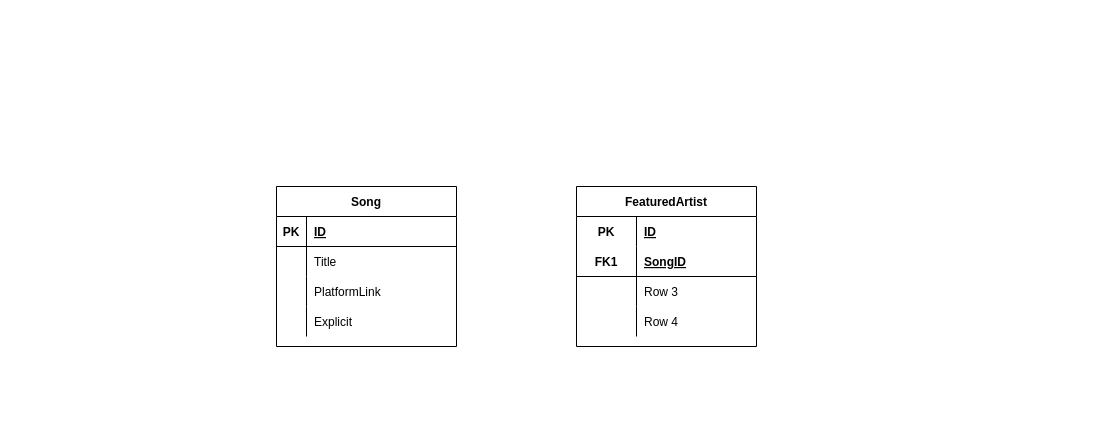
The draw.io diagram docs/drawio/DBRD.drawio in NonSpinning/UnnamedCentralizedMusicApp, before the edit. Source tidied: cells renumbered, new cells numbered last; positions are measured from the earlier drawing's top-left corner, leaving out a move shared by most shapes. Both pictures are drawn from the tidied source at 100%, with x=0, y=0 at pixel (276, 186).
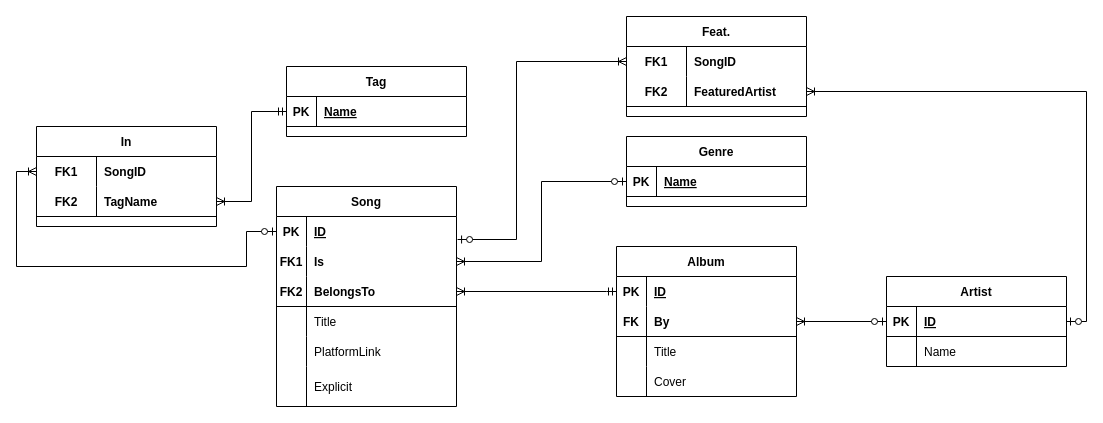
The same page after the edit.

The edit, as a diff of the source:
```diff
@@
+    <mxCell id="28" value="Artist" style="shape=table;startSize=30;childLayout=tableLayout;rowLines=0;fontStyle=1;align=center;" parent="1" vertex="1">
+      <mxGeometry x="610" y="90" width="180" height="90" as="geometry" />
+    </mxCell>
+    <mxCell id="29" style="shape=partialRectangle;fillColor=none;top=0;left=0;bottom=1;right=0;points=[[0,0.5],[1,0.5]];portConstraint=eastwest;" parent="28" vertex="1">
+      <mxGeometry y="30" width="180" height="30" as="geometry" />
+    </mxCell>
+    <mxCell id="30" value="PK" style="shape=partialRectangle;fillColor=none;top=0;left=0;bottom=0;right=0;fontStyle=1;overflow=hidden;" parent="29" vertex="1">
+      <mxGeometry width="30" height="30" as="geometry" />
+    </mxCell>
+    <mxCell id="31" value="ID" style="shape=partialRectangle;fillColor=none;top=0;left=0;bottom=0;right=0;align=left;spacingLeft=6;fontStyle=5;overflow=hidden;" parent="29" vertex="1">
+      <mxGeometry x="30" width="150" height="30" as="geometry" />
+    </mxCell>
+    <mxCell id="32" style="shape=partialRectangle;fillColor=none;top=0;left=0;bottom=0;right=0;" parent="28" vertex="1">
+      <mxGeometry y="60" width="180" height="30" as="geometry" />
+    </mxCell>
+    <mxCell id="33" style="shape=partialRectangle;fillColor=none;top=0;left=0;bottom=0;right=0;overflow=hidden;" parent="32" vertex="1">
+      <mxGeometry width="30" height="30" as="geometry" />
+    </mxCell>
+    <mxCell id="34" value="Name" style="shape=partialRectangle;fillColor=none;top=0;left=0;bottom=0;right=0;align=left;spacingLeft=6;overflow=hidden;" parent="32" vertex="1">
+      <mxGeometry x="30" width="150" height="30" as="geometry" />
+    </mxCell>
+    <mxCell id="35" value="Album" style="shape=table;startSize=30;childLayout=tableLayout;rowLines=0;fontStyle=1;align=center;" parent="1" vertex="1">
+      <mxGeometry x="340" y="60" width="180" height="150" as="geometry" />
+    </mxCell>
+    <mxCell id="36" style="shape=partialRectangle;fillColor=none;top=0;left=0;bottom=0;right=0;points=[[0,0.5],[1,0.5]];portConstraint=eastwest;fontStyle=1;" parent="35" vertex="1">
+      <mxGeometry y="30" width="180" height="30" as="geometry" />
+    </mxCell>
+    <mxCell id="37" value="PK" style="shape=partialRectangle;fillColor=none;top=0;left=0;bottom=0;right=0;fontStyle=1;overflow=hidden;" parent="36" vertex="1">
+      <mxGeometry width="30" height="30" as="geometry" />
+    </mxCell>
+    <mxCell id="38" value="ID" style="shape=partialRectangle;fillColor=none;top=0;left=0;bottom=0;right=0;align=left;spacingLeft=6;fontStyle=5;overflow=hidden;" parent="36" vertex="1">
+      <mxGeometry x="30" width="150" height="30" as="geometry" />
+    </mxCell>
+    <mxCell id="39" style="shape=partialRectangle;fillColor=none;top=0;left=0;bottom=1;right=0;points=[[0,0.5],[1,0.5]];portConstraint=eastwest;" parent="35" vertex="1">
+      <mxGeometry y="60" width="180" height="30" as="geometry" />
+    </mxCell>
+    <mxCell id="40" value="FK" style="shape=partialRectangle;fillColor=none;top=0;left=0;bottom=0;right=0;fontStyle=1;overflow=hidden;" parent="39" vertex="1">
+      <mxGeometry width="30" height="30" as="geometry" />
+    </mxCell>
+    <mxCell id="41" value="By" style="shape=partialRectangle;fillColor=none;top=0;left=0;bottom=0;right=0;align=left;spacingLeft=6;fontStyle=1;overflow=hidden;" parent="39" vertex="1">
+      <mxGeometry x="30" width="150" height="30" as="geometry" />
+    </mxCell>
+    <mxCell id="42" style="shape=partialRectangle;fillColor=none;top=0;left=0;bottom=0;right=0;" parent="35" vertex="1">
+      <mxGeometry y="90" width="180" height="30" as="geometry" />
+    </mxCell>
+    <mxCell id="43" style="shape=partialRectangle;fillColor=none;top=0;left=0;bottom=0;right=0;overflow=hidden;" parent="42" vertex="1">
+      <mxGeometry width="30" height="30" as="geometry" />
+    </mxCell>
+    <mxCell id="44" value="Title" style="shape=partialRectangle;fillColor=none;top=0;left=0;bottom=0;right=0;align=left;spacingLeft=6;overflow=hidden;" parent="42" vertex="1">
+      <mxGeometry x="30" width="150" height="30" as="geometry" />
+    </mxCell>
+    <mxCell id="45" style="shape=partialRectangle;fillColor=none;top=0;left=0;bottom=0;right=0;" parent="35" vertex="1">
+      <mxGeometry y="120" width="180" height="30" as="geometry" />
+    </mxCell>
+    <mxCell id="46" style="shape=partialRectangle;fillColor=none;top=0;left=0;bottom=0;right=0;overflow=hidden;" parent="45" vertex="1">
+      <mxGeometry width="30" height="30" as="geometry" />
+    </mxCell>
+    <mxCell id="47" value="Cover" style="shape=partialRectangle;fillColor=none;top=0;left=0;bottom=0;right=0;align=left;spacingLeft=6;overflow=hidden;" parent="45" vertex="1">
+      <mxGeometry x="30" width="150" height="30" as="geometry" />
+    </mxCell>
+    <mxCell id="48" value="Genre" style="shape=table;startSize=30;childLayout=tableLayout;rowLines=0;fontStyle=1;align=center;" parent="1" vertex="1">
+      <mxGeometry x="350" y="-50" width="180" height="70" as="geometry" />
+    </mxCell>
+    <mxCell id="49" style="shape=partialRectangle;fillColor=none;top=0;left=0;bottom=1;right=0;points=[[0,0.5],[1,0.5]];portConstraint=eastwest;" parent="48" vertex="1">
+      <mxGeometry y="30" width="180" height="30" as="geometry" />
+    </mxCell>
+    <mxCell id="50" value="PK" style="shape=partialRectangle;fillColor=none;top=0;left=0;bottom=0;right=0;fontStyle=1;overflow=hidden;" parent="49" vertex="1">
+      <mxGeometry width="30" height="30" as="geometry" />
+    </mxCell>
+    <mxCell id="51" value="Name" style="shape=partialRectangle;fillColor=none;top=0;left=0;bottom=0;right=0;align=left;spacingLeft=6;fontStyle=5;overflow=hidden;" parent="49" vertex="1">
+      <mxGeometry x="30" width="150" height="30" as="geometry" />
+    </mxCell>
     <mxCell id="2" value="Song" style="shape=table;startSize=30;childLayout=tableLayout;rowLines=0;fontStyle=1;align=center;" parent="1" vertex="1">
-      <mxGeometry width="180" height="160" as="geometry" />
+      <mxGeometry width="180" height="220" as="geometry" />
     </mxCell>
-    <mxCell id="3" style="shape=partialRectangle;fillColor=none;top=0;left=0;bottom=1;right=0;" parent="2" vertex="1">
-      <mxGeometry y="30" width="180" height="30" as="geometry" />
-    </mxCell>
-    <mxCell id="4" value="PK" style="shape=partialRectangle;fillColor=none;top=0;left=0;bottom=0;right=0;fontStyle=1;overflow=hidden;" parent="3" vertex="1">
-      <mxGeometry width="30" height="30" as="geometry" />
-    </mxCell>
-    <mxCell id="5" value="ID" style="shape=partialRectangle;fillColor=none;top=0;left=0;bottom=0;right=0;align=left;spacingLeft=6;fontStyle=5;overflow=hidden;" parent="3" vertex="1">
-      <mxGeometry x="30" width="150" height="30" as="geometry" />
-    </mxCell>
-    <mxCell id="6" style="shape=partialRectangle;fillColor=none;top=0;left=0;bottom=0;right=0;" parent="2" vertex="1">
-      <mxGeometry y="60" width="180" height="30" as="geometry" />
-    </mxCell>
-    <mxCell id="7" style="shape=partialRectangle;fillColor=none;top=0;left=0;bottom=0;right=0;overflow=hidden;" parent="6" vertex="1">
-      <mxGeometry width="30" height="30" as="geometry" />
-    </mxCell>
-    <mxCell id="8" value="Title" style="shape=partialRectangle;fillColor=none;top=0;left=0;bottom=0;right=0;align=left;spacingLeft=6;overflow=hidden;" parent="6" vertex="1">
-      <mxGeometry x="30" width="150" height="30" as="geometry" />
-    </mxCell>
-    <mxCell id="9" style="shape=partialRectangle;fillColor=none;top=0;left=0;bottom=0;right=0;" parent="2" vertex="1">
-      <mxGeometry y="90" width="180" height="30" as="geometry" />
-    </mxCell>
-    <mxCell id="10" style="shape=partialRectangle;fillColor=none;top=0;left=0;bottom=0;right=0;overflow=hidden;" parent="9" vertex="1">
-      <mxGeometry width="30" height="30" as="geometry" />
-    </mxCell>
+    <mxCell id="52" style="shape=partialRectangle;fillColor=none;top=0;left=0;bottom=0;right=0;points=[[0,0.5],[1,0.5]];portConstraint=eastwest;" parent="2" vertex="1">
+      <mxGeometry y="30" width="180" height="30" as="geometry" />
+    </mxCell>
+    <mxCell id="53" value="PK" style="shape=partialRectangle;fillColor=none;top=0;left=0;bottom=0;right=0;fontStyle=1;overflow=hidden;" parent="52" vertex="1">
+      <mxGeometry width="30" height="30" as="geometry" />
+    </mxCell>
+    <mxCell id="54" value="ID" style="shape=partialRectangle;fillColor=none;top=0;left=0;bottom=0;right=0;align=left;spacingLeft=6;fontStyle=5;overflow=hidden;" parent="52" vertex="1">
+      <mxGeometry x="30" width="150" height="30" as="geometry" />
+    </mxCell>
+    <mxCell id="55" style="shape=partialRectangle;fillColor=none;top=0;left=0;bottom=0;right=0;points=[[0,0.5],[1,0.5]];portConstraint=eastwest;" parent="2" vertex="1">
+      <mxGeometry y="60" width="180" height="30" as="geometry" />
+    </mxCell>
+    <mxCell id="56" value="FK1" style="shape=partialRectangle;fillColor=none;top=0;left=0;bottom=0;right=0;fontStyle=1;overflow=hidden;" parent="55" vertex="1">
+      <mxGeometry width="30" height="30" as="geometry" />
+    </mxCell>
+    <mxCell id="57" value="Is" style="shape=partialRectangle;fillColor=none;top=0;left=0;bottom=0;right=0;align=left;spacingLeft=6;fontStyle=1;overflow=hidden;" parent="55" vertex="1">
+      <mxGeometry x="30" width="150" height="30" as="geometry" />
+    </mxCell>
+    <mxCell id="58" style="shape=partialRectangle;fillColor=none;top=0;left=0;bottom=1;right=0;points=[[0,0.5],[1,0.5]];portConstraint=eastwest;" parent="2" vertex="1">
+      <mxGeometry y="90" width="180" height="30" as="geometry" />
+    </mxCell>
+    <mxCell id="59" value="FK2" style="shape=partialRectangle;fillColor=none;top=0;left=0;bottom=0;right=0;fontStyle=1;overflow=hidden;" parent="58" vertex="1">
+      <mxGeometry width="30" height="30" as="geometry" />
+    </mxCell>
+    <mxCell id="60" value="BelongsTo" style="shape=partialRectangle;fillColor=none;top=0;left=0;bottom=0;right=0;align=left;spacingLeft=6;fontStyle=1;overflow=hidden;" parent="58" vertex="1">
+      <mxGeometry x="30" width="150" height="30" as="geometry" />
+    </mxCell>
+    <mxCell id="61" style="shape=partialRectangle;fillColor=none;top=0;left=0;bottom=0;right=0;" parent="2" vertex="1">
+      <mxGeometry y="120" width="180" height="30" as="geometry" />
+    </mxCell>
+    <mxCell id="62" style="shape=partialRectangle;fillColor=none;top=0;left=0;bottom=0;right=0;overflow=hidden;" parent="61" vertex="1">
+      <mxGeometry width="30" height="30" as="geometry" />
+    </mxCell>
+    <mxCell id="63" value="Title" style="shape=partialRectangle;fillColor=none;top=0;left=0;bottom=0;right=0;align=left;spacingLeft=6;overflow=hidden;" parent="61" vertex="1">
+      <mxGeometry x="30" width="150" height="30" as="geometry" />
+    </mxCell>
+    <mxCell id="64" style="shape=partialRectangle;fillColor=none;top=0;left=0;bottom=0;right=0;" parent="2" vertex="1">
+      <mxGeometry y="150" width="180" height="30" as="geometry" />
+    </mxCell>
+    <mxCell id="65" style="shape=partialRectangle;fillColor=none;top=0;left=0;bottom=0;right=0;overflow=hidden;" parent="64" vertex="1">
+      <mxGeometry width="30" height="30" as="geometry" />
+    </mxCell>
-    <mxCell id="11" value="PlatformLink" style="shape=partialRectangle;fillColor=none;top=0;left=0;bottom=0;right=0;align=left;spacingLeft=6;overflow=hidden;" parent="9" vertex="1">
+    <mxCell id="11" value="PlatformLink" style="shape=partialRectangle;fillColor=none;top=0;left=0;bottom=0;right=0;align=left;spacingLeft=6;overflow=hidden;" parent="64" vertex="1">
       <mxGeometry x="30" width="150" height="30" as="geometry" />
     </mxCell>
-    <mxCell id="12" style="shape=partialRectangle;fillColor=none;top=0;left=0;bottom=0;right=0;" parent="2" vertex="1">
-      <mxGeometry y="120" width="180" height="30" as="geometry" />
-    </mxCell>
-    <mxCell id="13" style="shape=partialRectangle;fillColor=none;top=0;left=0;bottom=0;right=0;overflow=hidden;" parent="12" vertex="1">
-      <mxGeometry width="30" height="30" as="geometry" />
-    </mxCell>
+    <mxCell id="66" style="shape=partialRectangle;fillColor=none;top=0;left=0;bottom=0;right=0;" parent="2" vertex="1">
+      <mxGeometry y="180" width="180" height="40" as="geometry" />
+    </mxCell>
+    <mxCell id="67" style="shape=partialRectangle;fillColor=none;top=0;left=0;bottom=0;right=0;overflow=hidden;" parent="66" vertex="1">
+      <mxGeometry width="30" height="40" as="geometry" />
+    </mxCell>
-    <mxCell id="14" value="Explicit" style="shape=partialRectangle;fillColor=none;top=0;left=0;bottom=0;right=0;align=left;spacingLeft=6;overflow=hidden;" parent="12" vertex="1">
-      <mxGeometry x="30" width="150" height="30" as="geometry" />
+    <mxCell id="14" value="Explicit" style="shape=partialRectangle;fillColor=none;top=0;left=0;bottom=0;right=0;align=left;spacingLeft=6;overflow=hidden;" parent="66" vertex="1">
+      <mxGeometry x="30" width="150" height="40" as="geometry" />
     </mxCell>
+    <mxCell id="68" value="Tag" style="shape=table;startSize=30;childLayout=tableLayout;rowLines=0;fontStyle=1;align=center;" parent="1" vertex="1">
+      <mxGeometry x="10" y="-120" width="180" height="70" as="geometry" />
+    </mxCell>
+    <mxCell id="69" style="shape=partialRectangle;fillColor=none;top=0;left=0;bottom=1;right=0;points=[[0,0.5],[1,0.5]];portConstraint=eastwest;" parent="68" vertex="1">
+      <mxGeometry y="30" width="180" height="30" as="geometry" />
+    </mxCell>
+    <mxCell id="70" value="PK" style="shape=partialRectangle;fillColor=none;top=0;left=0;bottom=0;right=0;fontStyle=1;overflow=hidden;" parent="69" vertex="1">
+      <mxGeometry width="30" height="30" as="geometry" />
+    </mxCell>
+    <mxCell id="71" value="Name" style="shape=partialRectangle;fillColor=none;top=0;left=0;bottom=0;right=0;align=left;spacingLeft=6;fontStyle=5;overflow=hidden;" parent="69" vertex="1">
+      <mxGeometry x="30" width="150" height="30" as="geometry" />
+    </mxCell>
+    <mxCell id="72" style="edgeStyle=orthogonalEdgeStyle;rounded=0;jettySize=auto;html=1;endArrow=ERzeroToOne;endFill=1;startArrow=ERoneToMany;startFill=0;entryX=0;entryY=0.5;entryDx=0;entryDy=0;exitX=1;exitY=0.5;exitDx=0;exitDy=0;" parent="1" edge="1" source="39" target="29">
+      <mxGeometry relative="1" as="geometry" />
+    </mxCell>
+    <mxCell id="73" style="edgeStyle=orthogonalEdgeStyle;rounded=0;jettySize=auto;html=1;startArrow=ERoneToMany;startFill=0;endArrow=ERmandOne;endFill=0;entryX=0;entryY=0.5;entryDx=0;entryDy=0;exitX=1;exitY=0.5;exitDx=0;exitDy=0;" parent="1" edge="1" source="58" target="36">
+      <mxGeometry relative="1" as="geometry">
+        <Array as="points">
+          <mxPoint x="330" y="105" />
+          <mxPoint x="330" y="105" />
+        </Array>
+      </mxGeometry>
+    </mxCell>
+    <mxCell id="74" style="edgeStyle=orthogonalEdgeStyle;rounded=0;jettySize=auto;html=1;exitX=1;exitY=0.5;exitDx=0;exitDy=0;startArrow=ERoneToMany;startFill=0;endArrow=ERzeroToOne;endFill=1;" parent="1" edge="1" source="55" target="49">
+      <mxGeometry relative="1" as="geometry" />
+    </mxCell>
+    <mxCell id="75" value="Feat." style="shape=table;startSize=30;childLayout=tableLayout;rowLines=0;fontStyle=1;align=center;" parent="1" vertex="1">
+      <mxGeometry x="350" y="-170" width="180" height="100" as="geometry" />
+    </mxCell>
+    <mxCell id="76" style="shape=partialRectangle;fillColor=none;top=0;left=0;bottom=0;right=0;points=[[0,0.5],[1,0.5]];portConstraint=eastwest;" parent="75" vertex="1">
+      <mxGeometry y="30" width="180" height="30" as="geometry" />
+    </mxCell>
+    <mxCell id="77" value="FK1" style="shape=partialRectangle;fillColor=none;top=0;left=0;bottom=0;right=0;fontStyle=1;overflow=hidden;" parent="76" vertex="1">
+      <mxGeometry width="60" height="30" as="geometry" />
+    </mxCell>
+    <mxCell id="78" value="SongID" style="shape=partialRectangle;fillColor=none;top=0;left=0;bottom=0;right=0;align=left;spacingLeft=6;fontStyle=1;overflow=hidden;" parent="76" vertex="1">
+      <mxGeometry x="60" width="120" height="30" as="geometry" />
+    </mxCell>
+    <mxCell id="79" style="shape=partialRectangle;fillColor=none;top=0;left=0;bottom=1;right=0;points=[[0,0.5],[1,0.5]];portConstraint=eastwest;" parent="75" vertex="1">
+      <mxGeometry y="60" width="180" height="30" as="geometry" />
+    </mxCell>
+    <mxCell id="80" value="FK2" style="shape=partialRectangle;fillColor=none;top=0;left=0;bottom=0;right=0;fontStyle=1;overflow=hidden;" parent="79" vertex="1">
+      <mxGeometry width="60" height="30" as="geometry" />
+    </mxCell>
-    <mxCell id="15" value="FeaturedArtist" style="shape=table;startSize=30;childLayout=tableLayout;rowLines=0;fontStyle=1;align=center;" parent="1" vertex="1">
-      <mxGeometry x="300" width="180" height="160" as="geometry" />
+    <mxCell id="15" value="FeaturedArtist" style="shape=partialRectangle;fillColor=none;top=0;left=0;bottom=0;right=0;align=left;spacingLeft=6;fontStyle=1;overflow=hidden;" parent="79" vertex="1">
+      <mxGeometry x="60" width="120" height="30" as="geometry" />
     </mxCell>
-    <mxCell id="16" style="shape=partialRectangle;fillColor=none;top=0;left=0;bottom=0;right=0;" parent="15" vertex="1">
-      <mxGeometry y="30" width="180" height="30" as="geometry" />
-    </mxCell>
-    <mxCell id="17" value="PK" style="shape=partialRectangle;fillColor=none;top=0;left=0;bottom=0;right=0;fontStyle=1;overflow=hidden;" parent="16" vertex="1">
-      <mxGeometry width="60" height="30" as="geometry" />
-    </mxCell>
-    <mxCell id="18" value="ID" style="shape=partialRectangle;fillColor=none;top=0;left=0;bottom=0;right=0;align=left;spacingLeft=6;fontStyle=5;overflow=hidden;" parent="16" vertex="1">
-      <mxGeometry x="60" width="120" height="30" as="geometry" />
-    </mxCell>
-    <mxCell id="19" style="shape=partialRectangle;fillColor=none;top=0;left=0;bottom=1;right=0;" parent="15" vertex="1">
-      <mxGeometry y="60" width="180" height="30" as="geometry" />
-    </mxCell>
-    <mxCell id="20" value="FK1" style="shape=partialRectangle;fillColor=none;top=0;left=0;bottom=0;right=0;fontStyle=1;overflow=hidden;" parent="19" vertex="1">
-      <mxGeometry width="60" height="30" as="geometry" />
-    </mxCell>
-    <mxCell id="21" value="SongID" style="shape=partialRectangle;fillColor=none;top=0;left=0;bottom=0;right=0;align=left;spacingLeft=6;fontStyle=5;overflow=hidden;" parent="19" vertex="1">
-      <mxGeometry x="60" width="120" height="30" as="geometry" />
-    </mxCell>
-    <mxCell id="22" style="shape=partialRectangle;fillColor=none;top=0;left=0;bottom=0;right=0;" parent="15" vertex="1">
-      <mxGeometry y="90" width="180" height="30" as="geometry" />
-    </mxCell>
-    <mxCell id="23" style="shape=partialRectangle;fillColor=none;top=0;left=0;bottom=0;right=0;overflow=hidden;" parent="22" vertex="1">
-      <mxGeometry width="60" height="30" as="geometry" />
-    </mxCell>
-    <mxCell id="24" value="Row 3" style="shape=partialRectangle;fillColor=none;top=0;left=0;bottom=0;right=0;align=left;spacingLeft=6;overflow=hidden;" parent="22" vertex="1">
-      <mxGeometry x="60" width="120" height="30" as="geometry" />
-    </mxCell>
-    <mxCell id="25" style="shape=partialRectangle;fillColor=none;top=0;left=0;bottom=0;right=0;" parent="15" vertex="1">
-      <mxGeometry y="120" width="180" height="30" as="geometry" />
-    </mxCell>
-    <mxCell id="26" style="shape=partialRectangle;fillColor=none;top=0;left=0;bottom=0;right=0;overflow=hidden;" parent="25" vertex="1">
-      <mxGeometry width="60" height="30" as="geometry" />
-    </mxCell>
-    <mxCell id="27" value="Row 4" style="shape=partialRectangle;fillColor=none;top=0;left=0;bottom=0;right=0;align=left;spacingLeft=6;overflow=hidden;" parent="25" vertex="1">
-      <mxGeometry x="60" width="120" height="30" as="geometry" />
-    </mxCell>
+    <mxCell id="81" style="edgeStyle=orthogonalEdgeStyle;rounded=0;jettySize=auto;html=1;exitX=1.006;exitY=0.767;exitDx=0;exitDy=0;startArrow=ERzeroToOne;startFill=1;endArrow=ERoneToMany;endFill=0;entryX=0;entryY=0.5;entryDx=0;entryDy=0;exitPerimeter=0;" parent="1" edge="1" source="52" target="76">
+      <mxGeometry relative="1" as="geometry">
+        <Array as="points">
+          <mxPoint x="240" y="53" />
+          <mxPoint x="240" y="-125" />
+        </Array>
+      </mxGeometry>
+    </mxCell>
+    <mxCell id="82" style="edgeStyle=orthogonalEdgeStyle;rounded=0;jettySize=auto;html=1;exitX=1;exitY=0.5;exitDx=0;exitDy=0;entryX=1;entryY=0.5;entryDx=0;entryDy=0;startArrow=ERoneToMany;startFill=0;endArrow=ERzeroToOne;endFill=1;" parent="1" edge="1" source="79" target="28">
+      <mxGeometry relative="1" as="geometry" />
+    </mxCell>
+    <mxCell id="83" value="In" style="shape=table;startSize=30;childLayout=tableLayout;rowLines=0;fontStyle=1;align=center;" parent="1" vertex="1">
+      <mxGeometry x="-240" y="-60" width="180" height="100" as="geometry" />
+    </mxCell>
+    <mxCell id="84" style="shape=partialRectangle;fillColor=none;top=0;left=0;bottom=0;right=0;points=[[0,0.5],[1,0.5]];portConstraint=eastwest;" parent="83" vertex="1">
+      <mxGeometry y="30" width="180" height="30" as="geometry" />
+    </mxCell>
+    <mxCell id="85" value="FK1" style="shape=partialRectangle;fillColor=none;top=0;left=0;bottom=0;right=0;fontStyle=1;overflow=hidden;" parent="84" vertex="1">
+      <mxGeometry width="60" height="30" as="geometry" />
+    </mxCell>
+    <mxCell id="86" value="SongID" style="shape=partialRectangle;fillColor=none;top=0;left=0;bottom=0;right=0;align=left;spacingLeft=6;fontStyle=1;overflow=hidden;" parent="84" vertex="1">
+      <mxGeometry x="60" width="120" height="30" as="geometry" />
+    </mxCell>
+    <mxCell id="87" style="shape=partialRectangle;fillColor=none;top=0;left=0;bottom=1;right=0;points=[[0,0.5],[1,0.5]];portConstraint=eastwest;" parent="83" vertex="1">
+      <mxGeometry y="60" width="180" height="30" as="geometry" />
+    </mxCell>
+    <mxCell id="88" value="FK2" style="shape=partialRectangle;fillColor=none;top=0;left=0;bottom=0;right=0;fontStyle=1;overflow=hidden;" parent="87" vertex="1">
+      <mxGeometry width="60" height="30" as="geometry" />
+    </mxCell>
+    <mxCell id="89" value="TagName" style="shape=partialRectangle;fillColor=none;top=0;left=0;bottom=0;right=0;align=left;spacingLeft=6;fontStyle=1;overflow=hidden;" parent="87" vertex="1">
+      <mxGeometry x="60" width="120" height="30" as="geometry" />
+    </mxCell>
+    <mxCell id="90" style="edgeStyle=orthogonalEdgeStyle;rounded=0;jettySize=auto;html=1;exitX=0;exitY=0.5;exitDx=0;exitDy=0;entryX=0;entryY=0.5;entryDx=0;entryDy=0;startArrow=ERoneToMany;startFill=0;endArrow=ERzeroToOne;endFill=1;" parent="1" edge="1" source="84" target="52">
+      <mxGeometry relative="1" as="geometry">
+        <Array as="points">
+          <mxPoint x="-260" y="-15" />
+          <mxPoint x="-260" y="80" />
+          <mxPoint x="-30" y="80" />
+          <mxPoint x="-30" y="45" />
+        </Array>
+      </mxGeometry>
+    </mxCell>
+    <mxCell id="91" style="edgeStyle=orthogonalEdgeStyle;rounded=0;jettySize=auto;html=1;exitX=1;exitY=0.5;exitDx=0;exitDy=0;entryX=0;entryY=0.5;entryDx=0;entryDy=0;startArrow=ERoneToMany;startFill=0;endArrow=ERmandOne;endFill=0;" parent="1" edge="1" source="87" target="69">
+      <mxGeometry relative="1" as="geometry" />
+    </mxCell>
```
